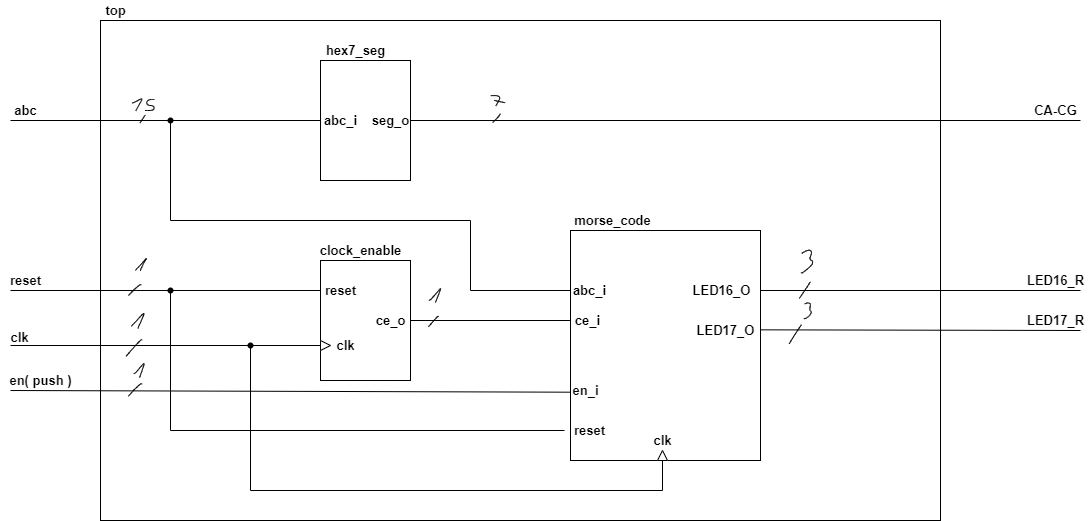
Earlier version of the draw.io export labs/project/top.png (Marxs31/digital-electronics-1). Source tidied: cells renumbered, new cells last; positions are measured from the earlier drawing's top-left corner, leaving out a move shared by most shapes.
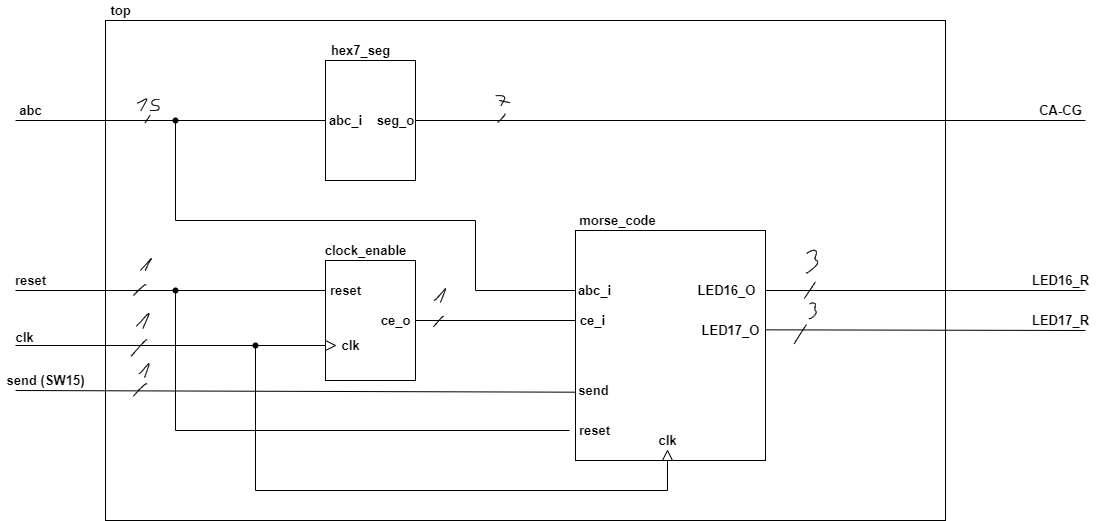
After the commit.

What changed in the source:
```diff
@@ -171,11 +171,11 @@
         <mxPoint x="10" y="390" as="sourcePoint" />
       </mxGeometry>
     </mxCell>
-    <mxCell id="47" value="&lt;b&gt;en( push )&lt;/b&gt;" style="text;html=1;align=center;verticalAlign=middle;strokeColor=none;fillColor=none;fontSize=13;" parent="1" vertex="1">
-      <mxGeometry y="370" width="80" height="20" as="geometry" />
+    <mxCell id="47" value="&lt;b&gt;send (SW15)&lt;/b&gt;" style="text;html=1;align=center;verticalAlign=middle;strokeColor=none;fillColor=none;fontSize=13;" parent="1" vertex="1">
+      <mxGeometry x="-5" y="370" width="90" height="20" as="geometry" />
     </mxCell>
-    <mxCell id="48" value="&lt;b style=&quot;font-size: 13px&quot;&gt;en_i&lt;/b&gt;" style="text;html=1;align=center;verticalAlign=middle;strokeColor=none;fillColor=none;fontSize=13;" parent="1" vertex="1">
-      <mxGeometry x="565" y="380" width="40" height="20" as="geometry" />
+    <mxCell id="48" value="&lt;b style=&quot;font-size: 13px&quot;&gt;send&lt;/b&gt;" style="text;html=1;align=center;verticalAlign=middle;strokeColor=none;fillColor=none;fontSize=13;" parent="1" vertex="1">
+      <mxGeometry x="563" y="380" width="50" height="20" as="geometry" />
     </mxCell>
     <mxCell id="49" style="shape=(stored shape, 300 characters);fillColor=none;fontSize=13;" parent="1" vertex="1">
       <mxGeometry x="139.4" y="114.6" width="5.5" height="7.9" as="geometry" />
```
